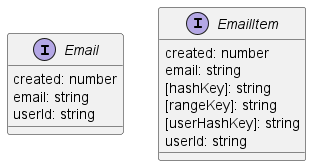
Earlier version of the PlantUML export assets/email-types.png (karmaniverous/entity-manager-demo).
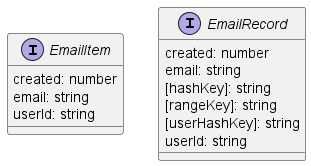
After the commit.

Diff of the diagram source:
```diff
@@ -2,14 +2,14 @@
 
 skinparam classAttributeIconSize 0
 
-interface Email {
+interface EmailItem {
     {field} created: number
     {field} email: string
     {field} userId: string
 
 }
 
-interface EmailItem {
+interface EmailRecord {
     {field} created: number
     {field} email: string
     {field} [hashKey]: string
```
